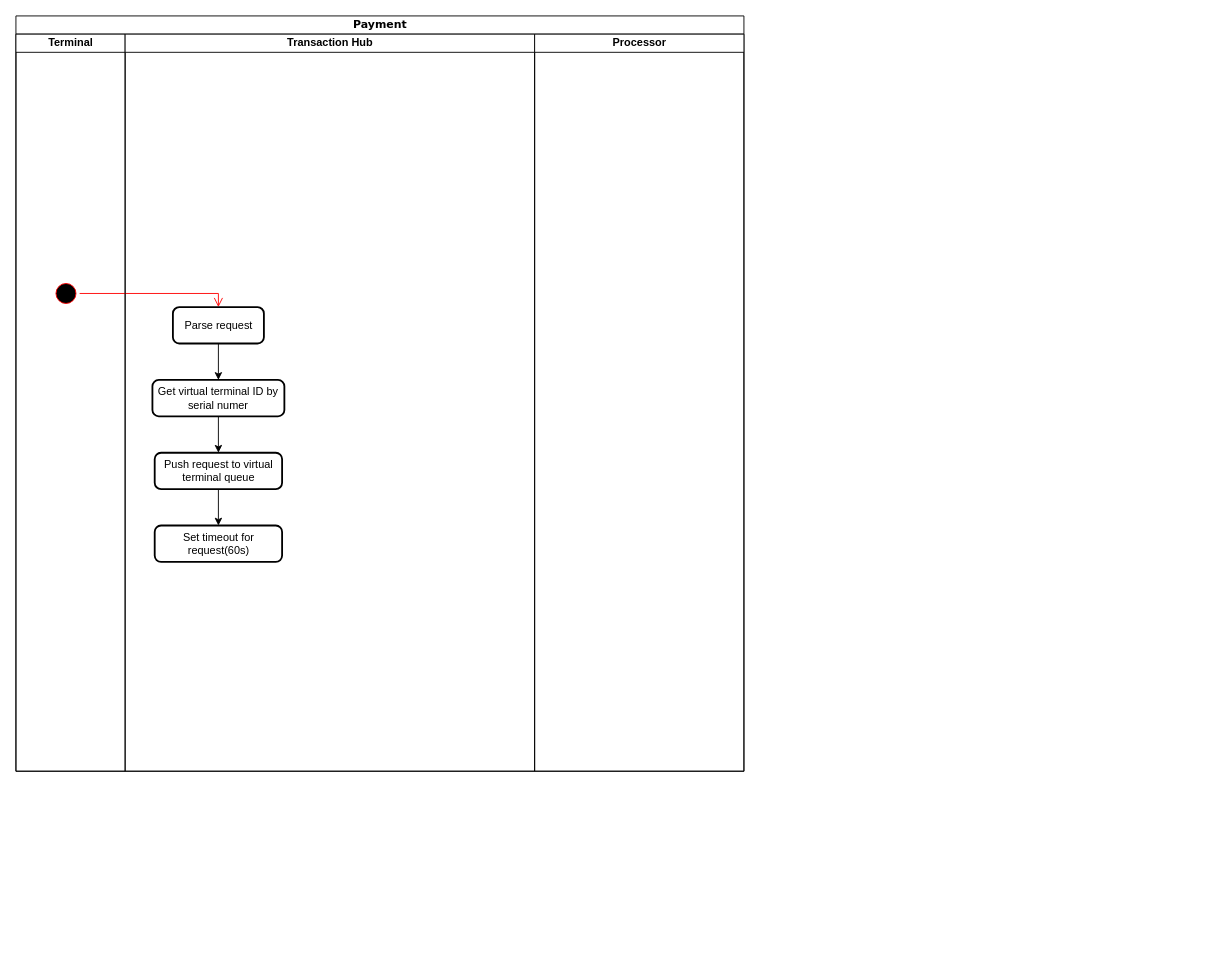
Earlier version of the draw.io diagram page "Payment" (2 of 2) of docs/diagram.drawio (SmileDragonfly/transaction-hub). Source tidied: cells renumbered, new cells numbered last; positions are measured from the earlier drawing's top-left corner, leaving out a move shared by most shapes. Both pictures are drawn from the tidied source at 91%, with x=0, y=0 at pixel (15, 15).
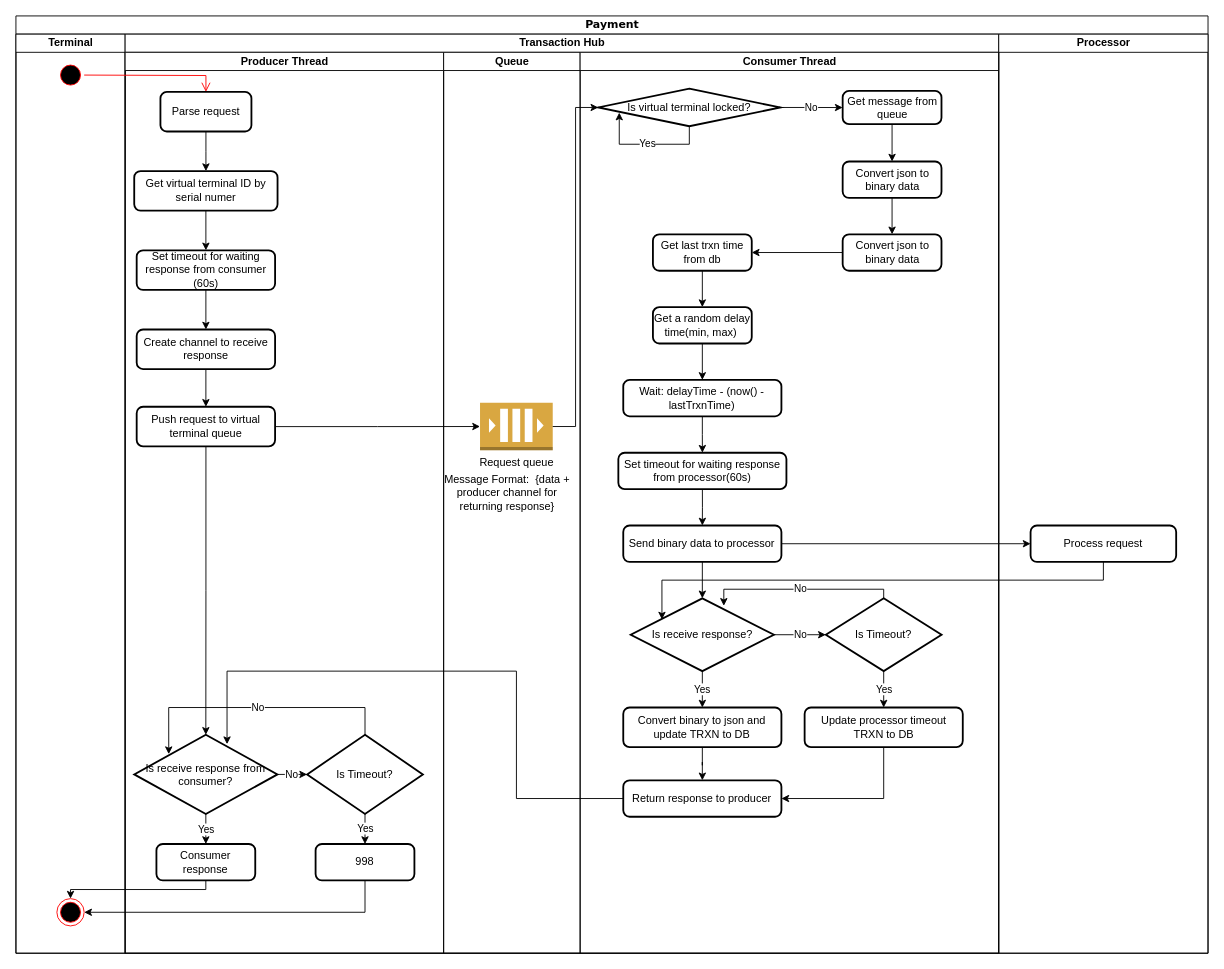
Above is the later version.

Commit message:
Update payment diagram

What changed in the source:
```diff
@@
     <mxCell id="2" value="Payment" style="swimlane;html=1;startSize=20;rounded=0;shadow=0;comic=0;labelBackgroundColor=none;strokeWidth=1;fontFamily=Verdana;fontSize=12;align=center;swimlaneLine=1;arcSize=15;" parent="1" vertex="1">
-      <mxGeometry width="800" height="830" as="geometry" />
+      <mxGeometry width="1310" height="1030" as="geometry" />
     </mxCell>
     <mxCell id="3" value="Terminal" style="swimlane;html=1;startSize=20;" parent="2" vertex="1">
-      <mxGeometry y="20" width="120" height="810" as="geometry" />
+      <mxGeometry y="20" width="120" height="1010" as="geometry" />
     </mxCell>
     <mxCell id="4" style="ellipse;html=1;shape=startState;fillColor=#000000;strokeColor=#ff0000;" parent="3" vertex="1">
-      <mxGeometry x="40" y="270" width="30" height="30" as="geometry" />
+      <mxGeometry x="45" y="30" width="30" height="30" as="geometry" />
     </mxCell>
-    <mxCell id="5" style="edgeStyle=orthogonalEdgeStyle;html=1;verticalAlign=bottom;endArrow=open;endSize=8;strokeColor=#ff0000;rounded=0;entryX=0.5;entryY=0;entryDx=0;entryDy=0;" parent="2" edge="1" source="4" target="8">
-      <mxGeometry relative="1" as="geometry" />
-    </mxCell>
+    <mxCell id="15" style="ellipse;html=1;shape=endState;fillColor=#000000;strokeColor=#ff0000;" parent="3" vertex="1">
+      <mxGeometry x="45" y="950" width="30" height="30" as="geometry" />
+    </mxCell>
     <mxCell id="6" value="Transaction Hub" style="swimlane;html=1;startSize=20;" parent="2" vertex="1">
-      <mxGeometry x="120" y="20" width="450" height="810" as="geometry" />
+      <mxGeometry x="120" y="20" width="960" height="1010" as="geometry" />
     </mxCell>
+    <mxCell id="16" style="group;" parent="6" vertex="1">
+      <mxGeometry y="20" width="960" height="990" as="geometry" />
+    </mxCell>
+    <mxCell id="17" value="Producer Thread" style="swimlane;html=1;startSize=20;" parent="16" vertex="1">
+      <mxGeometry width="350" height="990" as="geometry" />
+    </mxCell>
+    <mxCell id="12" value="Push request to virtual terminal queue" style="rounded=1;whiteSpace=wrap;html=1;absoluteArcSize=1;arcSize=14;strokeWidth=2;" parent="17" vertex="1">
+      <mxGeometry x="12.7" y="389.5" width="152.1" height="43.5" as="geometry" />
+    </mxCell>
+    <mxCell id="18" style="edgeStyle=orthogonalEdgeStyle;rounded=0;jettySize=auto;html=1;exitX=0.5;exitY=1;exitDx=0;exitDy=0;entryX=0.5;entryY=0;entryDx=0;entryDy=0;" parent="17" edge="1" source="10" target="20">
+      <mxGeometry relative="1" as="geometry" />
+    </mxCell>
+    <mxCell id="10" value="Get virtual terminal ID by serial numer" style="rounded=1;whiteSpace=wrap;html=1;absoluteArcSize=1;arcSize=14;strokeWidth=2;" parent="17" vertex="1">
+      <mxGeometry x="10" y="130.5" width="157.5" height="43.5" as="geometry" />
+    </mxCell>
+    <mxCell id="19" style="edgeStyle=orthogonalEdgeStyle;rounded=0;jettySize=auto;html=1;exitX=0.5;exitY=1;exitDx=0;exitDy=0;entryX=0.5;entryY=0;entryDx=0;entryDy=0;" parent="17" edge="1" source="20" target="22">
+      <mxGeometry relative="1" as="geometry" />
+    </mxCell>
+    <mxCell id="20" value="Set timeout for waiting response from consumer (60s)" style="rounded=1;whiteSpace=wrap;html=1;absoluteArcSize=1;arcSize=14;strokeWidth=2;" parent="17" vertex="1">
+      <mxGeometry x="12.7" y="217.6" width="152.1" height="43.5" as="geometry" />
+    </mxCell>
+    <mxCell id="21" style="edgeStyle=orthogonalEdgeStyle;rounded=0;jettySize=auto;html=1;exitX=0.5;exitY=1;exitDx=0;exitDy=0;entryX=0.5;entryY=0;entryDx=0;entryDy=0;" parent="17" edge="1" source="22" target="12">
+      <mxGeometry relative="1" as="geometry" />
+    </mxCell>
+    <mxCell id="22" value="Create channel to receive response" style="rounded=1;whiteSpace=wrap;html=1;absoluteArcSize=1;arcSize=14;strokeWidth=2;" parent="17" vertex="1">
+      <mxGeometry x="12.7" y="304.6" width="152.1" height="43.5" as="geometry" />
+    </mxCell>
+    <mxCell id="8" value="Parse request" style="rounded=1;whiteSpace=wrap;html=1;absoluteArcSize=1;arcSize=14;strokeWidth=2;" parent="17" vertex="1">
+      <mxGeometry x="38.8" y="43.5" width="100" height="43.5" as="geometry" />
+    </mxCell>
-    <mxCell id="7" style="edgeStyle=orthogonalEdgeStyle;rounded=0;jettySize=auto;html=1;" parent="6" edge="1" source="8" target="10">
+    <mxCell id="7" style="edgeStyle=orthogonalEdgeStyle;rounded=0;jettySize=auto;html=1;" parent="17" edge="1" source="8" target="10">
       <mxGeometry relative="1" as="geometry" />
     </mxCell>
-    <mxCell id="8" value="Parse request" style="rounded=1;whiteSpace=wrap;html=1;absoluteArcSize=1;arcSize=14;strokeWidth=2;" parent="6" vertex="1">
-      <mxGeometry x="52.5" y="300" width="100" height="40" as="geometry" />
-    </mxCell>
-    <mxCell id="9" style="edgeStyle=orthogonalEdgeStyle;rounded=0;jettySize=auto;html=1;exitX=0.5;exitY=1;exitDx=0;exitDy=0;entryX=0.5;entryY=0;entryDx=0;entryDy=0;" parent="6" edge="1" source="10" target="12">
-      <mxGeometry relative="1" as="geometry" />
-    </mxCell>
-    <mxCell id="10" value="Get virtual terminal ID by serial numer" style="rounded=1;whiteSpace=wrap;html=1;absoluteArcSize=1;arcSize=14;strokeWidth=2;" parent="6" vertex="1">
-      <mxGeometry x="30" y="380" width="145" height="40" as="geometry" />
-    </mxCell>
-    <mxCell id="11" style="edgeStyle=orthogonalEdgeStyle;rounded=0;jettySize=auto;html=1;exitX=0.5;exitY=1;exitDx=0;exitDy=0;entryX=0.5;entryY=0;entryDx=0;entryDy=0;" parent="6" edge="1" source="12" target="13">
-      <mxGeometry relative="1" as="geometry" />
-    </mxCell>
-    <mxCell id="12" value="Push request to virtual terminal queue" style="rounded=1;whiteSpace=wrap;html=1;absoluteArcSize=1;arcSize=14;strokeWidth=2;" parent="6" vertex="1">
-      <mxGeometry x="32.5" y="460" width="140" height="40" as="geometry" />
-    </mxCell>
-    <mxCell id="13" value="Set timeout for request(60s)" style="rounded=1;whiteSpace=wrap;html=1;absoluteArcSize=1;arcSize=14;strokeWidth=2;" parent="6" vertex="1">
-      <mxGeometry x="32.5" y="540" width="140" height="40" as="geometry" />
-    </mxCell>
+    <mxCell id="23" value="No" style="edgeStyle=orthogonalEdgeStyle;rounded=0;jettySize=auto;html=1;" parent="17" edge="1" source="25" target="27">
+      <mxGeometry relative="1" as="geometry" />
+    </mxCell>
+    <mxCell id="24" value="Yes" style="edgeStyle=orthogonalEdgeStyle;rounded=0;jettySize=auto;html=1;exitX=0.5;exitY=1;exitDx=0;exitDy=0;exitPerimeter=0;entryX=0.5;entryY=0;entryDx=0;entryDy=0;" parent="17" edge="1" source="25" target="30">
+      <mxGeometry relative="1" as="geometry" />
+    </mxCell>
+    <mxCell id="25" value="Is receive response from consumer?" style="strokeWidth=2;html=1;shape=mxgraph.flowchart.decision;whiteSpace=wrap;" parent="17" vertex="1">
+      <mxGeometry x="10" y="750" width="157.4" height="87" as="geometry" />
+    </mxCell>
+    <mxCell id="26" value="Yes" style="edgeStyle=orthogonalEdgeStyle;rounded=0;jettySize=auto;html=1;" parent="17" edge="1" source="27" target="29">
+      <mxGeometry relative="1" as="geometry" />
+    </mxCell>
+    <mxCell id="27" value="Is Timeout?" style="strokeWidth=2;html=1;shape=mxgraph.flowchart.decision;whiteSpace=wrap;" parent="17" vertex="1">
+      <mxGeometry x="200" y="750" width="127.2" height="87" as="geometry" />
+    </mxCell>
+    <mxCell id="28" style="edgeStyle=orthogonalEdgeStyle;rounded=0;jettySize=auto;html=1;entryX=0.5;entryY=0;entryDx=0;entryDy=0;entryPerimeter=0;" parent="17" edge="1" source="12" target="25">
+      <mxGeometry relative="1" as="geometry" />
+    </mxCell>
+    <mxCell id="29" value="998" style="rounded=1;whiteSpace=wrap;html=1;absoluteArcSize=1;arcSize=14;strokeWidth=2;" parent="17" vertex="1">
+      <mxGeometry x="209.3" y="870" width="108.6" height="40" as="geometry" />
+    </mxCell>
+    <mxCell id="30" value="Consumer response" style="rounded=1;whiteSpace=wrap;html=1;absoluteArcSize=1;arcSize=14;strokeWidth=2;" parent="17" vertex="1">
+      <mxGeometry x="34.4" y="870" width="108.6" height="40" as="geometry" />
+    </mxCell>
+    <mxCell id="31" value="No" style="edgeStyle=orthogonalEdgeStyle;rounded=0;jettySize=auto;html=1;exitX=0.5;exitY=0;exitDx=0;exitDy=0;exitPerimeter=0;entryX=0.241;entryY=0.244;entryDx=0;entryDy=0;entryPerimeter=0;" parent="17" edge="1" source="27" target="25">
+      <mxGeometry relative="1" as="geometry">
+        <Array as="points">
+          <mxPoint x="264" y="720" />
+          <mxPoint x="48" y="720" />
+        </Array>
+      </mxGeometry>
+    </mxCell>
+    <mxCell id="32" value="Queue" style="swimlane;html=1;startSize=20;" parent="16" vertex="1">
+      <mxGeometry x="350" width="150" height="990" as="geometry" />
+    </mxCell>
+    <mxCell id="33" value="Request queue" style="outlineConnect=0;dashed=0;verticalLabelPosition=bottom;verticalAlign=top;align=center;html=1;shape=mxgraph.aws3.queue;fillColor=#D9A741;gradientColor=none;" parent="32" vertex="1">
+      <mxGeometry x="40" y="385.1" width="79.9" height="52.2" as="geometry" />
+    </mxCell>
+    <mxCell id="34" value="Message Format:&amp;nbsp; {data + producer channel for returning response}" style="text;html=1;strokeColor=none;fillColor=none;align=center;verticalAlign=middle;whiteSpace=wrap;rounded=0;" parent="32" vertex="1">
+      <mxGeometry y="467.8" width="140" height="32.6" as="geometry" />
+    </mxCell>
+    <mxCell id="35" value="Consumer Thread" style="swimlane;html=1;startSize=20;" parent="16" vertex="1">
+      <mxGeometry x="500" width="460" height="990" as="geometry" />
+    </mxCell>
+    <mxCell id="36" style="edgeStyle=orthogonalEdgeStyle;rounded=0;jettySize=auto;html=1;entryX=0.5;entryY=0;entryDx=0;entryDy=0;" parent="35" edge="1" source="37" target="65">
+      <mxGeometry relative="1" as="geometry" />
+    </mxCell>
+    <mxCell id="37" value="Get message from queue" style="rounded=1;whiteSpace=wrap;html=1;absoluteArcSize=1;arcSize=14;strokeWidth=2;" parent="35" vertex="1">
+      <mxGeometry x="288.5" y="42.4" width="108.6" height="36.5" as="geometry" />
+    </mxCell>
+    <mxCell id="38" style="edgeStyle=orthogonalEdgeStyle;rounded=0;jettySize=auto;html=1;exitX=0;exitY=0.5;exitDx=0;exitDy=0;" parent="35" edge="1" source="39" target="41">
+      <mxGeometry relative="1" as="geometry" />
+    </mxCell>
+    <mxCell id="39" value="Convert json to binary data" style="rounded=1;whiteSpace=wrap;html=1;absoluteArcSize=1;arcSize=14;strokeWidth=2;" parent="35" vertex="1">
+      <mxGeometry x="288.5" y="200" width="108.6" height="40" as="geometry" />
+    </mxCell>
+    <mxCell id="40" style="edgeStyle=orthogonalEdgeStyle;rounded=0;jettySize=auto;html=1;exitX=0.5;exitY=1;exitDx=0;exitDy=0;" parent="35" edge="1" source="41" target="43">
+      <mxGeometry relative="1" as="geometry" />
+    </mxCell>
+    <mxCell id="41" value="Get last trxn time from db" style="rounded=1;whiteSpace=wrap;html=1;absoluteArcSize=1;arcSize=14;strokeWidth=2;" parent="35" vertex="1">
+      <mxGeometry x="80" y="200" width="108.6" height="40" as="geometry" />
+    </mxCell>
+    <mxCell id="42" style="edgeStyle=orthogonalEdgeStyle;rounded=0;jettySize=auto;html=1;exitX=0.5;exitY=1;exitDx=0;exitDy=0;entryX=0.5;entryY=0;entryDx=0;entryDy=0;" parent="35" edge="1" source="43" target="45">
+      <mxGeometry relative="1" as="geometry" />
+    </mxCell>
+    <mxCell id="43" value="Get a random delay time(min, max)&amp;nbsp;" style="rounded=1;whiteSpace=wrap;html=1;absoluteArcSize=1;arcSize=14;strokeWidth=2;" parent="35" vertex="1">
+      <mxGeometry x="80" y="280" width="108.6" height="40" as="geometry" />
+    </mxCell>
+    <mxCell id="44" style="edgeStyle=orthogonalEdgeStyle;rounded=0;jettySize=auto;html=1;exitX=0.5;exitY=1;exitDx=0;exitDy=0;entryX=0.5;entryY=0;entryDx=0;entryDy=0;" parent="35" edge="1" source="45" target="48">
+      <mxGeometry relative="1" as="geometry" />
+    </mxCell>
+    <mxCell id="45" value="Wait: delayTime - (now() - lastTrxnTime)" style="rounded=1;whiteSpace=wrap;html=1;absoluteArcSize=1;arcSize=14;strokeWidth=2;" parent="35" vertex="1">
+      <mxGeometry x="47.4" y="360" width="173.8" height="40" as="geometry" />
+    </mxCell>
+    <mxCell id="46" value="Send binary data to processor" style="rounded=1;whiteSpace=wrap;html=1;absoluteArcSize=1;arcSize=14;strokeWidth=2;" parent="35" vertex="1">
+      <mxGeometry x="47.4" y="520" width="173.8" height="40" as="geometry" />
+    </mxCell>
+    <mxCell id="47" style="edgeStyle=orthogonalEdgeStyle;rounded=0;jettySize=auto;html=1;exitX=0.5;exitY=1;exitDx=0;exitDy=0;entryX=0.5;entryY=0;entryDx=0;entryDy=0;" parent="35" edge="1" source="48" target="46">
+      <mxGeometry relative="1" as="geometry" />
+    </mxCell>
+    <mxCell id="48" value="Set timeout for waiting response from processor(60s)" style="rounded=1;whiteSpace=wrap;html=1;absoluteArcSize=1;arcSize=14;strokeWidth=2;" parent="35" vertex="1">
+      <mxGeometry x="42" y="440" width="184.7" height="40" as="geometry" />
+    </mxCell>
+    <mxCell id="49" value="Yes" style="edgeStyle=orthogonalEdgeStyle;rounded=0;jettySize=auto;html=1;" parent="35" edge="1" source="50" target="55">
+      <mxGeometry relative="1" as="geometry" />
+    </mxCell>
+    <mxCell id="50" value="Is receive response?" style="strokeWidth=2;html=1;shape=mxgraph.flowchart.decision;whiteSpace=wrap;" parent="35" vertex="1">
+      <mxGeometry x="55.6" y="600" width="157.4" height="80" as="geometry" />
+    </mxCell>
+    <mxCell id="51" value="Yes" style="edgeStyle=orthogonalEdgeStyle;rounded=0;jettySize=auto;html=1;entryX=0.5;entryY=0;entryDx=0;entryDy=0;" parent="35" edge="1" source="52" target="57">
+      <mxGeometry relative="1" as="geometry" />
+    </mxCell>
+    <mxCell id="52" value="Is Timeout?" style="strokeWidth=2;html=1;shape=mxgraph.flowchart.decision;whiteSpace=wrap;" parent="35" vertex="1">
+      <mxGeometry x="270" y="600" width="127.2" height="80" as="geometry" />
+    </mxCell>
+    <mxCell id="53" value="Return response to producer" style="rounded=1;whiteSpace=wrap;html=1;absoluteArcSize=1;arcSize=14;strokeWidth=2;" parent="35" vertex="1">
+      <mxGeometry x="47.4" y="800" width="173.8" height="40" as="geometry" />
+    </mxCell>
+    <mxCell id="54" style="edgeStyle=orthogonalEdgeStyle;rounded=0;jettySize=auto;html=1;exitX=0.5;exitY=1;exitDx=0;exitDy=0;" parent="35" edge="1" source="55" target="53">
+      <mxGeometry relative="1" as="geometry" />
+    </mxCell>
+    <mxCell id="55" value="Convert binary to json and update TRXN to DB" style="rounded=1;whiteSpace=wrap;html=1;absoluteArcSize=1;arcSize=14;strokeWidth=2;" parent="35" vertex="1">
+      <mxGeometry x="47.4" y="720" width="173.8" height="43.5" as="geometry" />
+    </mxCell>
+    <mxCell id="56" style="edgeStyle=orthogonalEdgeStyle;rounded=0;jettySize=auto;html=1;entryX=1;entryY=0.5;entryDx=0;entryDy=0;" parent="35" edge="1" source="57" target="53">
+      <mxGeometry relative="1" as="geometry">
+        <Array as="points">
+          <mxPoint x="334" y="820" />
+        </Array>
+      </mxGeometry>
+    </mxCell>
+    <mxCell id="57" value="Update processor timeout TRXN to DB" style="rounded=1;whiteSpace=wrap;html=1;absoluteArcSize=1;arcSize=14;strokeWidth=2;" parent="35" vertex="1">
+      <mxGeometry x="246.7" y="720" width="173.8" height="43.5" as="geometry" />
+    </mxCell>
+    <mxCell id="58" style="edgeStyle=orthogonalEdgeStyle;rounded=0;jettySize=auto;html=1;exitX=0.5;exitY=1;exitDx=0;exitDy=0;entryX=0.5;entryY=0;entryDx=0;entryDy=0;entryPerimeter=0;" parent="35" edge="1" source="46" target="50">
+      <mxGeometry relative="1" as="geometry" />
+    </mxCell>
+    <mxCell id="59" value="No" style="edgeStyle=orthogonalEdgeStyle;rounded=0;jettySize=auto;html=1;entryX=0;entryY=0.5;entryDx=0;entryDy=0;entryPerimeter=0;" parent="35" edge="1" source="50" target="52">
+      <mxGeometry relative="1" as="geometry" />
+    </mxCell>
+    <mxCell id="60" value="No" style="edgeStyle=orthogonalEdgeStyle;rounded=0;jettySize=auto;html=1;entryX=0.65;entryY=0.103;entryDx=0;entryDy=0;entryPerimeter=0;" parent="35" edge="1" source="52" target="50">
+      <mxGeometry relative="1" as="geometry">
+        <Array as="points">
+          <mxPoint x="334" y="590" />
+          <mxPoint x="158" y="590" />
+        </Array>
+      </mxGeometry>
+    </mxCell>
+    <mxCell id="61" value="No" style="edgeStyle=orthogonalEdgeStyle;rounded=0;jettySize=auto;html=1;" parent="35" edge="1" source="62" target="37">
+      <mxGeometry relative="1" as="geometry" />
+    </mxCell>
+    <mxCell id="62" value="Is virtual terminal locked?" style="strokeWidth=2;html=1;shape=mxgraph.flowchart.decision;whiteSpace=wrap;" parent="35" vertex="1">
+      <mxGeometry x="20" y="40" width="200" height="41.2" as="geometry" />
+    </mxCell>
+    <mxCell id="63" value="Yes" style="edgeStyle=orthogonalEdgeStyle;rounded=0;orthogonalLoop=1;jettySize=auto;html=1;entryX=0.115;entryY=0.637;entryDx=0;entryDy=0;entryPerimeter=0;" parent="35" edge="1" source="62" target="62">
+      <mxGeometry relative="1" as="geometry">
+        <Array as="points">
+          <mxPoint x="120" y="101" />
+          <mxPoint x="43" y="101" />
+        </Array>
+      </mxGeometry>
+    </mxCell>
+    <mxCell id="64" style="edgeStyle=orthogonalEdgeStyle;rounded=0;jettySize=auto;html=1;entryX=0.5;entryY=0;entryDx=0;entryDy=0;" parent="35" edge="1" source="65" target="39">
+      <mxGeometry relative="1" as="geometry" />
+    </mxCell>
+    <mxCell id="65" value="Convert json to binary data" style="rounded=1;whiteSpace=wrap;html=1;absoluteArcSize=1;arcSize=14;strokeWidth=2;" parent="35" vertex="1">
+      <mxGeometry x="288.5" y="120" width="108.6" height="40" as="geometry" />
+    </mxCell>
+    <mxCell id="66" style="edgeStyle=orthogonalEdgeStyle;rounded=0;jettySize=auto;html=1;" parent="16" edge="1" source="12" target="33">
+      <mxGeometry relative="1" as="geometry" />
+    </mxCell>
+    <mxCell id="67" style="edgeStyle=orthogonalEdgeStyle;rounded=0;jettySize=auto;html=1;exitX=0;exitY=0.5;exitDx=0;exitDy=0;entryX=0.648;entryY=0.118;entryDx=0;entryDy=0;entryPerimeter=0;" parent="16" edge="1" source="53" target="25">
+      <mxGeometry relative="1" as="geometry">
+        <Array as="points">
+          <mxPoint x="430" y="820" />
+          <mxPoint x="430" y="680" />
+          <mxPoint x="112" y="680" />
+        </Array>
+      </mxGeometry>
+    </mxCell>
+    <mxCell id="68" style="edgeStyle=orthogonalEdgeStyle;rounded=0;jettySize=auto;html=1;entryX=0;entryY=0.5;entryDx=0;entryDy=0;entryPerimeter=0;" parent="16" edge="1" source="33" target="62">
+      <mxGeometry relative="1" as="geometry" />
+    </mxCell>
     <mxCell id="14" value="Processor" style="swimlane;html=1;startSize=20;" parent="2" vertex="1">
-      <mxGeometry x="570" y="20" width="230" height="810" as="geometry" />
+      <mxGeometry x="1080" y="20" width="230" height="1010" as="geometry" />
     </mxCell>
+    <mxCell id="69" value="Process request" style="rounded=1;whiteSpace=wrap;html=1;absoluteArcSize=1;arcSize=14;strokeWidth=2;" parent="14" vertex="1">
+      <mxGeometry x="35" y="540" width="160" height="40" as="geometry" />
+    </mxCell>
+    <mxCell id="70" style="edgeStyle=orthogonalEdgeStyle;rounded=0;jettySize=auto;html=1;exitX=1;exitY=0.5;exitDx=0;exitDy=0;entryX=0;entryY=0.5;entryDx=0;entryDy=0;" parent="2" edge="1" source="46" target="69">
+      <mxGeometry relative="1" as="geometry" />
+    </mxCell>
+    <mxCell id="71" style="edgeStyle=orthogonalEdgeStyle;rounded=0;jettySize=auto;html=1;entryX=0.218;entryY=0.291;entryDx=0;entryDy=0;entryPerimeter=0;" parent="2" edge="1" source="69" target="50">
+      <mxGeometry relative="1" as="geometry">
+        <Array as="points">
+          <mxPoint x="1195" y="620" />
+          <mxPoint x="710" y="620" />
+        </Array>
+      </mxGeometry>
+    </mxCell>
+    <mxCell id="72" style="edgeStyle=orthogonalEdgeStyle;rounded=0;jettySize=auto;html=1;exitX=0.5;exitY=1;exitDx=0;exitDy=0;entryX=0.5;entryY=0;entryDx=0;entryDy=0;" parent="2" edge="1" source="30" target="15">
+      <mxGeometry relative="1" as="geometry">
+        <Array as="points">
+          <mxPoint x="209" y="960" />
+          <mxPoint x="60" y="960" />
+        </Array>
+      </mxGeometry>
+    </mxCell>
+    <mxCell id="73" style="edgeStyle=orthogonalEdgeStyle;rounded=0;jettySize=auto;html=1;exitX=0.5;exitY=1;exitDx=0;exitDy=0;entryX=1;entryY=0.5;entryDx=0;entryDy=0;" parent="2" edge="1" source="29" target="15">
+      <mxGeometry relative="1" as="geometry" />
+    </mxCell>
+    <mxCell id="74" style="edgeStyle=orthogonalEdgeStyle;html=1;verticalAlign=bottom;endArrow=open;endSize=8;strokeColor=#ff0000;rounded=0;entryX=0.5;entryY=0;entryDx=0;entryDy=0;" parent="1" edge="1" target="8">
+      <mxGeometry relative="1" as="geometry">
+        <mxPoint x="75" y="65" as="sourcePoint" />
+      </mxGeometry>
+    </mxCell>
```
